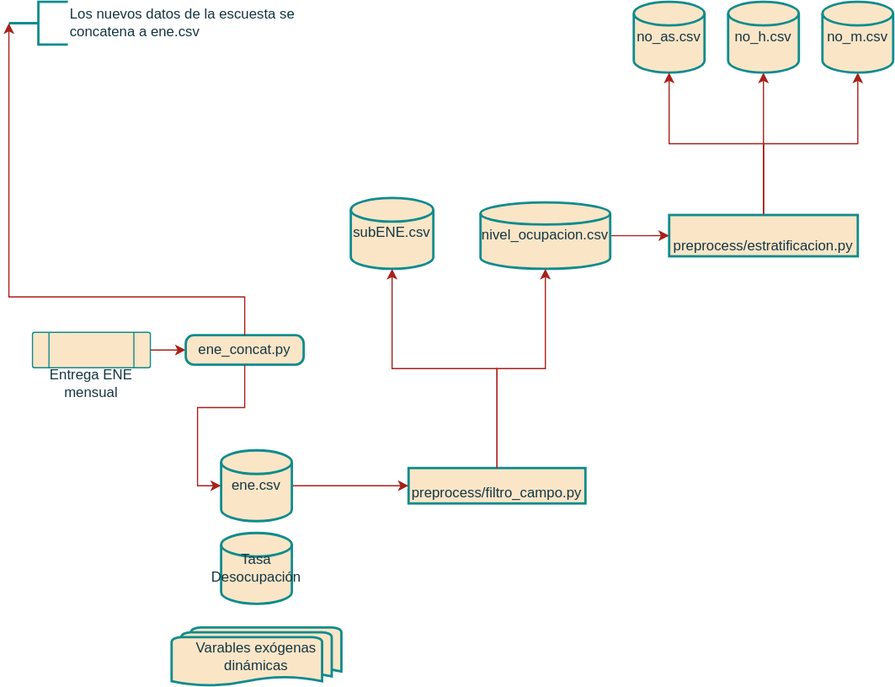
Above: DLC.drawio.svg in alonsoU/alonsoU (draw.io), before the change. Source tidied: cells renumbered, new cells last; positions are measured from the earlier drawing's top-left corner, leaving out a move shared by most shapes.
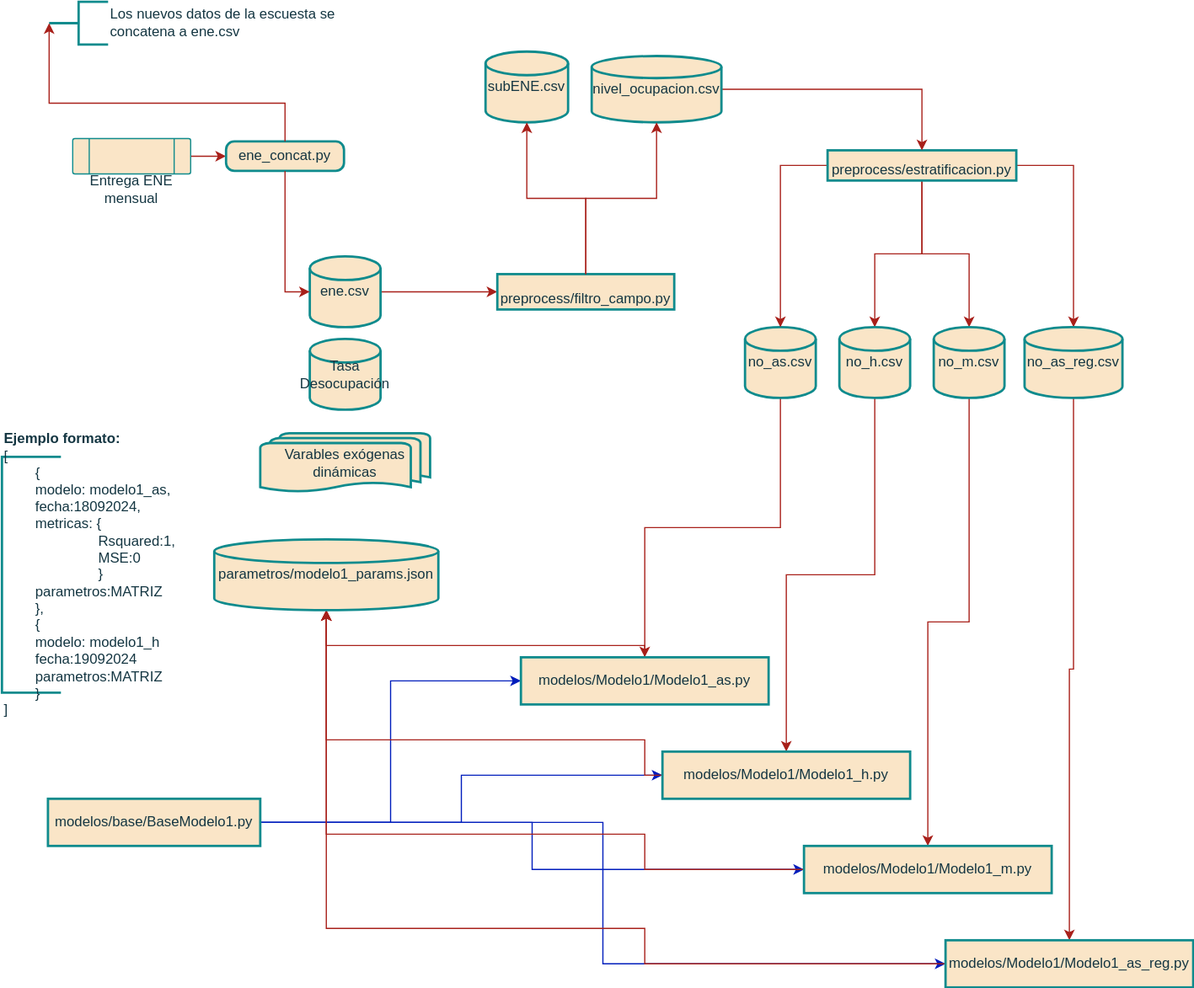
After the commit.

The edit, as a diff of the source:
```diff
@@ -6,16 +6,16 @@
       <mxGeometry relative="1" as="geometry" />
     </mxCell>
     <mxCell id="3" value="ene.csv" style="strokeWidth=2;html=1;shape=mxgraph.flowchart.database;whiteSpace=wrap;labelBackgroundColor=none;fillColor=#FAE5C7;strokeColor=#0F8B8D;fontColor=#143642;rounded=0;verticalAlign=middle;" parent="1" vertex="1">
-      <mxGeometry x="180" y="380" width="60" height="60" as="geometry" />
+      <mxGeometry x="221" y="380" width="60" height="60" as="geometry" />
     </mxCell>
     <mxCell id="4" value="Tasa Desocupación" style="strokeWidth=2;html=1;shape=mxgraph.flowchart.database;whiteSpace=wrap;labelBackgroundColor=none;fillColor=#FAE5C7;strokeColor=#0F8B8D;fontColor=#143642;rounded=0;verticalAlign=middle;" parent="1" vertex="1">
-      <mxGeometry x="180" y="450" width="60" height="60" as="geometry" />
+      <mxGeometry x="221" y="450" width="60" height="60" as="geometry" />
     </mxCell>
     <mxCell id="5" value="Varables exógenas dinámicas" style="strokeWidth=2;html=1;shape=mxgraph.flowchart.multi-document;whiteSpace=wrap;labelBackgroundColor=none;fillColor=#FAE5C7;strokeColor=#0F8B8D;fontColor=#143642;rounded=0;verticalAlign=middle;" parent="1" vertex="1">
-      <mxGeometry x="138" y="530" width="144" height="50" as="geometry" />
+      <mxGeometry x="179" y="530" width="144" height="50" as="geometry" />
     </mxCell>
     <mxCell id="6" value="preprocess/filtro_campo.py" style="rounded=0;whiteSpace=wrap;html=1;absoluteArcSize=1;arcSize=14;strokeWidth=2;labelBackgroundColor=none;fillColor=#FAE5C7;strokeColor=#0F8B8D;fontColor=#143642;verticalAlign=bottom;" parent="1" vertex="1">
-      <mxGeometry x="339" y="395" width="150" height="30" as="geometry" />
+      <mxGeometry x="380" y="395" width="150" height="30" as="geometry" />
     </mxCell>
     <mxCell id="7" style="edgeStyle=orthogonalEdgeStyle;rounded=0;jettySize=auto;html=1;entryX=0;entryY=0.5;entryDx=0;entryDy=0;strokeColor=#A8201A;fontColor=#143642;fillColor=#FAE5C7;" parent="1" edge="1" source="8" target="21">
       <mxGeometry relative="1" as="geometry" />
@@ -23,8 +23,11 @@
     <mxCell id="8" value="Entrega ENE mensual" style="verticalLabelPosition=bottom;verticalAlign=bottom;html=1;shape=process;whiteSpace=wrap;rounded=1;size=0.14;arcSize=6;strokeColor=#0F8B8D;fontColor=#143642;fillColor=#FAE5C7;align=center;labelBackgroundColor=none;" parent="1" vertex="1">
       <mxGeometry x="20" y="280" width="100" height="30" as="geometry" />
     </mxCell>
+    <mxCell id="25" style="edgeStyle=orthogonalEdgeStyle;rounded=0;jettySize=auto;html=1;strokeColor=#A8201A;fontColor=#143642;fillColor=#FAE5C7;" parent="1" edge="1" source="9" target="37">
+      <mxGeometry relative="1" as="geometry" />
+    </mxCell>
     <mxCell id="9" value="no_as.csv" style="strokeWidth=2;html=1;shape=mxgraph.flowchart.database;whiteSpace=wrap;strokeColor=#0F8B8D;fontColor=#143642;fillColor=#FAE5C7;" parent="1" vertex="1">
-      <mxGeometry x="530" width="60" height="60" as="geometry" />
+      <mxGeometry x="590" y="440" width="60" height="60" as="geometry" />
     </mxCell>
     <mxCell id="10" style="edgeStyle=orthogonalEdgeStyle;rounded=0;jettySize=auto;html=1;strokeColor=#A8201A;fontColor=#143642;fillColor=#FAE5C7;" parent="1" edge="1" source="13" target="9">
       <mxGeometry relative="1" as="geometry" />
@@ -35,23 +38,32 @@
     <mxCell id="12" style="edgeStyle=orthogonalEdgeStyle;rounded=0;jettySize=auto;html=1;strokeColor=#A8201A;fontColor=#143642;fillColor=#FAE5C7;" parent="1" edge="1" source="13" target="15">
       <mxGeometry relative="1" as="geometry" />
     </mxCell>
+    <mxCell id="26" style="edgeStyle=orthogonalEdgeStyle;rounded=0;jettySize=auto;html=1;strokeColor=#A8201A;fontColor=#143642;fillColor=#FAE5C7;" parent="1" edge="1" source="13" target="35">
+      <mxGeometry relative="1" as="geometry" />
+    </mxCell>
     <mxCell id="13" value="preprocess/estratificacion.py" style="rounded=0;whiteSpace=wrap;html=1;absoluteArcSize=1;arcSize=14;strokeWidth=2;strokeColor=#0F8B8D;fontColor=#143642;fillColor=#FAE5C7;verticalAlign=bottom;" parent="1" vertex="1">
-      <mxGeometry x="560" y="180.6" width="160" height="35" as="geometry" />
+      <mxGeometry x="660" y="290" width="160" height="25.6" as="geometry" />
     </mxCell>
+    <mxCell id="27" style="edgeStyle=orthogonalEdgeStyle;rounded=0;jettySize=auto;html=1;strokeColor=#A8201A;fontColor=#143642;fillColor=#FAE5C7;" parent="1" edge="1" source="14" target="39">
+      <mxGeometry relative="1" as="geometry" />
+    </mxCell>
     <mxCell id="14" value="no_h.csv" style="strokeWidth=2;html=1;shape=mxgraph.flowchart.database;whiteSpace=wrap;strokeColor=#0F8B8D;fontColor=#143642;fillColor=#FAE5C7;" parent="1" vertex="1">
-      <mxGeometry x="610" width="60" height="60" as="geometry" />
+      <mxGeometry x="670" y="440" width="60" height="60" as="geometry" />
     </mxCell>
+    <mxCell id="28" style="edgeStyle=orthogonalEdgeStyle;rounded=0;jettySize=auto;html=1;strokeColor=#A8201A;fontColor=#143642;fillColor=#FAE5C7;" parent="1" edge="1" source="15" target="41">
+      <mxGeometry relative="1" as="geometry" />
+    </mxCell>
     <mxCell id="15" value="no_m.csv" style="strokeWidth=2;html=1;shape=mxgraph.flowchart.database;whiteSpace=wrap;strokeColor=#0F8B8D;fontColor=#143642;fillColor=#FAE5C7;" parent="1" vertex="1">
-      <mxGeometry x="690" width="60" height="60" as="geometry" />
+      <mxGeometry x="750" y="440" width="60" height="60" as="geometry" />
     </mxCell>
     <mxCell id="16" style="edgeStyle=orthogonalEdgeStyle;rounded=0;jettySize=auto;html=1;strokeColor=#A8201A;fontColor=#143642;fillColor=#FAE5C7;" parent="1" edge="1" source="17" target="13">
       <mxGeometry relative="1" as="geometry" />
     </mxCell>
     <mxCell id="17" value="nivel_ocupacion.csv" style="strokeWidth=2;html=1;shape=mxgraph.flowchart.database;whiteSpace=wrap;strokeColor=#0F8B8D;fontColor=#143642;fillColor=#FAE5C7;verticalAlign=middle;" parent="1" vertex="1">
-      <mxGeometry x="400" y="170" width="110" height="56.2" as="geometry" />
+      <mxGeometry x="460" y="210" width="110" height="56.2" as="geometry" />
     </mxCell>
     <mxCell id="18" value="subENE.csv" style="strokeWidth=2;html=1;shape=mxgraph.flowchart.database;whiteSpace=wrap;strokeColor=#0F8B8D;fontColor=#143642;fillColor=#FAE5C7;verticalAlign=middle;" parent="1" vertex="1">
-      <mxGeometry x="290" y="166.2" width="70" height="60" as="geometry" />
+      <mxGeometry x="370" y="206.2" width="70" height="60" as="geometry" />
     </mxCell>
     <mxCell id="19" style="edgeStyle=orthogonalEdgeStyle;rounded=0;jettySize=auto;html=1;entryX=0.5;entryY=1;entryDx=0;entryDy=0;entryPerimeter=0;strokeColor=#A8201A;fontColor=#143642;fillColor=#FAE5C7;" parent="1" edge="1" source="6" target="17">
       <mxGeometry relative="1" as="geometry" />
@@ -66,7 +78,7 @@
       <mxGeometry relative="1" as="geometry" />
     </mxCell>
     <mxCell id="23" value="Los nuevos datos de la escuesta se&lt;div&gt;concatena a ene.csv&lt;/div&gt;" style="strokeWidth=2;html=1;shape=mxgraph.flowchart.annotation_2;align=left;labelPosition=right;strokeColor=#0F8B8D;fontColor=#143642;fillColor=#FAE5C7;" parent="1" vertex="1">
-      <mxGeometry width="50" height="36.2" as="geometry" />
+      <mxGeometry y="164" width="50" height="36.2" as="geometry" />
     </mxCell>
     <mxCell id="24" style="edgeStyle=orthogonalEdgeStyle;rounded=0;jettySize=auto;html=1;entryX=0;entryY=0.5;entryDx=0;entryDy=0;entryPerimeter=0;strokeColor=#A8201A;fontColor=#143642;fillColor=#FAE5C7;" parent="1" edge="1" source="21" target="23">
       <mxGeometry relative="1" as="geometry">
@@ -77,5 +89,76 @@
         </Array>
       </mxGeometry>
     </mxCell>
+    <mxCell id="29" style="edgeStyle=orthogonalEdgeStyle;rounded=0;jettySize=auto;html=1;entryX=0;entryY=0.5;entryDx=0;entryDy=0;strokeColor=#001DBC;fontColor=#143642;fillColor=#0050ef;" parent="1" edge="1" source="33" target="37">
+      <mxGeometry relative="1" as="geometry" />
+    </mxCell>
+    <mxCell id="30" style="edgeStyle=orthogonalEdgeStyle;rounded=0;jettySize=auto;html=1;entryX=0;entryY=0.5;entryDx=0;entryDy=0;strokeColor=#001DBC;fontColor=#143642;fillColor=#0050ef;" parent="1" edge="1" source="33" target="39">
+      <mxGeometry relative="1" as="geometry" />
+    </mxCell>
+    <mxCell id="31" style="edgeStyle=orthogonalEdgeStyle;rounded=0;jettySize=auto;html=1;entryX=0;entryY=0.5;entryDx=0;entryDy=0;strokeColor=#001DBC;fontColor=#143642;fillColor=#0050ef;" parent="1" edge="1" source="33" target="41">
+      <mxGeometry relative="1" as="geometry" />
+    </mxCell>
+    <mxCell id="32" style="edgeStyle=orthogonalEdgeStyle;rounded=0;jettySize=auto;html=1;entryX=0;entryY=0.5;entryDx=0;entryDy=0;strokeColor=#001DBC;fontColor=#143642;fillColor=#0050ef;" parent="1" edge="1" source="33" target="43">
+      <mxGeometry relative="1" as="geometry" />
+    </mxCell>
+    <mxCell id="33" value="modelos/base/BaseModelo1.py" style="rounded=0;whiteSpace=wrap;html=1;absoluteArcSize=1;arcSize=14;strokeWidth=2;strokeColor=#0F8B8D;fontColor=#143642;fillColor=#FAE5C7;" parent="1" vertex="1">
+      <mxGeometry x="-1" y="840" width="180" height="40" as="geometry" />
+    </mxCell>
+    <mxCell id="34" style="edgeStyle=orthogonalEdgeStyle;rounded=0;jettySize=auto;html=1;strokeColor=#A8201A;fontColor=#143642;fillColor=#FAE5C7;" parent="1" edge="1" source="35" target="43">
+      <mxGeometry relative="1" as="geometry" />
+    </mxCell>
+    <mxCell id="35" value="no_as_reg.csv" style="strokeWidth=2;html=1;shape=mxgraph.flowchart.database;whiteSpace=wrap;strokeColor=#0F8B8D;fontColor=#143642;fillColor=#FAE5C7;" parent="1" vertex="1">
+      <mxGeometry x="827" y="440" width="83" height="60" as="geometry" />
+    </mxCell>
+    <mxCell id="36" style="edgeStyle=orthogonalEdgeStyle;rounded=0;jettySize=auto;html=1;strokeColor=#A8201A;fontColor=#143642;fillColor=#FAE5C7;" parent="1" edge="1" source="37" target="44">
+      <mxGeometry relative="1" as="geometry">
+        <Array as="points">
+          <mxPoint x="505" y="710" />
+          <mxPoint x="235" y="710" />
+        </Array>
+      </mxGeometry>
+    </mxCell>
+    <mxCell id="37" value="modelos/Modelo1/Modelo1_as.py" style="rounded=0;whiteSpace=wrap;html=1;absoluteArcSize=1;arcSize=14;strokeWidth=2;strokeColor=#0F8B8D;fontColor=#143642;fillColor=#FAE5C7;" parent="1" vertex="1">
+      <mxGeometry x="400" y="720" width="210" height="40" as="geometry" />
+    </mxCell>
+    <mxCell id="38" style="edgeStyle=orthogonalEdgeStyle;rounded=0;jettySize=auto;html=1;strokeColor=#A8201A;fontColor=#143642;fillColor=#FAE5C7;" parent="1" edge="1" source="39" target="44">
+      <mxGeometry relative="1" as="geometry">
+        <Array as="points">
+          <mxPoint x="505" y="790" />
+          <mxPoint x="235" y="790" />
+        </Array>
+      </mxGeometry>
+    </mxCell>
+    <mxCell id="39" value="modelos/Modelo1/Modelo1_h.py" style="rounded=0;whiteSpace=wrap;html=1;absoluteArcSize=1;arcSize=14;strokeWidth=2;strokeColor=#0F8B8D;fontColor=#143642;fillColor=#FAE5C7;" parent="1" vertex="1">
+      <mxGeometry x="520" y="800" width="210" height="40" as="geometry" />
+    </mxCell>
+    <mxCell id="40" style="edgeStyle=orthogonalEdgeStyle;rounded=0;jettySize=auto;html=1;strokeColor=#A8201A;fontColor=#143642;fillColor=#FAE5C7;" parent="1" edge="1" source="41" target="44">
+      <mxGeometry relative="1" as="geometry">
+        <Array as="points">
+          <mxPoint x="505" y="870" />
+          <mxPoint x="235" y="870" />
+        </Array>
+      </mxGeometry>
+    </mxCell>
+    <mxCell id="41" value="modelos/Modelo1/Modelo1_m.py" style="rounded=0;whiteSpace=wrap;html=1;absoluteArcSize=1;arcSize=14;strokeWidth=2;strokeColor=#0F8B8D;fontColor=#143642;fillColor=#FAE5C7;" parent="1" vertex="1">
+      <mxGeometry x="640" y="880" width="210" height="40" as="geometry" />
+    </mxCell>
+    <mxCell id="42" style="edgeStyle=orthogonalEdgeStyle;rounded=0;jettySize=auto;html=1;strokeColor=#A8201A;fontColor=#143642;fillColor=#FAE5C7;" parent="1" edge="1" source="43" target="44">
+      <mxGeometry relative="1" as="geometry">
+        <Array as="points">
+          <mxPoint x="505" y="950" />
+          <mxPoint x="235" y="950" />
+        </Array>
+      </mxGeometry>
+    </mxCell>
+    <mxCell id="43" value="modelos/Modelo1/Modelo1_as_reg.py" style="rounded=0;whiteSpace=wrap;html=1;absoluteArcSize=1;arcSize=14;strokeWidth=2;strokeColor=#0F8B8D;fontColor=#143642;fillColor=#FAE5C7;" parent="1" vertex="1">
+      <mxGeometry x="760" y="960" width="210" height="40" as="geometry" />
+    </mxCell>
+    <mxCell id="44" value="parametros/modelo1_params.json" style="strokeWidth=2;html=1;shape=mxgraph.flowchart.database;whiteSpace=wrap;strokeColor=#0F8B8D;fontColor=#143642;fillColor=#FAE5C7;" parent="1" vertex="1">
+      <mxGeometry x="140" y="620" width="190" height="60" as="geometry" />
+    </mxCell>
+    <mxCell id="45" value="&lt;b&gt;Ejemplo formato:&lt;/b&gt;&lt;br&gt;[&lt;div&gt;&lt;span style=&quot;white-space-collapse: preserve;&quot;&gt;&#9;&lt;/span&gt;{&lt;/div&gt;&lt;div&gt;&lt;span style=&quot;white-space-collapse: preserve;&quot;&gt;&#9;&lt;/span&gt;modelo: modelo1_as,&lt;div&gt;&lt;span style=&quot;white-space-collapse: preserve;&quot;&gt;&#9;&lt;/span&gt;fecha:18092024,&lt;/div&gt;&lt;div&gt;&lt;span style=&quot;white-space: pre;&quot;&gt;&#9;&lt;/span&gt;metricas: {&lt;br&gt;&lt;/div&gt;&lt;div&gt;&lt;span style=&quot;white-space: pre;&quot;&gt;&#9;&lt;/span&gt;&lt;span style=&quot;white-space: pre;&quot;&gt;&#9;&lt;/span&gt;&lt;span style=&quot;white-space: pre;&quot;&gt;&#9;&lt;/span&gt;Rsquared:1,&lt;/div&gt;&lt;div&gt;&lt;span style=&quot;white-space: pre;&quot;&gt;&#9;&lt;/span&gt;&lt;span style=&quot;white-space: pre;&quot;&gt;&#9;&lt;/span&gt;&lt;span style=&quot;white-space: pre;&quot;&gt;&#9;&lt;/span&gt;MSE:0&lt;br&gt;&lt;/div&gt;&lt;div&gt;&lt;span style=&quot;white-space: pre;&quot;&gt;&#9;&lt;/span&gt;&lt;span style=&quot;white-space: pre;&quot;&gt;&#9;&lt;/span&gt;&lt;span style=&quot;white-space: pre;&quot;&gt;&#9;&lt;/span&gt;}&lt;br&gt;&lt;/div&gt;&lt;div&gt;&lt;span style=&quot;white-space-collapse: preserve;&quot;&gt;&#9;&lt;/span&gt;parametros:MATRIZ&lt;/div&gt;&lt;div&gt;&lt;span style=&quot;background-color: initial;&quot;&gt;&lt;span style=&quot;white-space-collapse: preserve;&quot;&gt;&#9;&lt;/span&gt;},&lt;/span&gt;&lt;/div&gt;&lt;div&gt;&lt;div&gt;&lt;span style=&quot;white-space-collapse: preserve;&quot;&gt;&#9;&lt;/span&gt;{&lt;/div&gt;&lt;div&gt;&lt;span style=&quot;white-space-collapse: preserve;&quot;&gt;&#9;&lt;/span&gt;&lt;span style=&quot;background-color: initial;&quot;&gt;modelo: modelo1_h&lt;/span&gt;&lt;br&gt;&lt;/div&gt;&lt;div&gt;&lt;span style=&quot;white-space-collapse: preserve;&quot;&gt;&#9;&lt;/span&gt;fecha:19092024&lt;/div&gt;&lt;div&gt;&lt;span style=&quot;white-space-collapse: preserve;&quot;&gt;&#9;&lt;/span&gt;parametros:MATRIZ&lt;/div&gt;&lt;div&gt;&lt;span style=&quot;white-space-collapse: preserve;&quot;&gt;&#9;&lt;/span&gt;}&lt;/div&gt;&lt;div&gt;]&lt;/div&gt;&lt;/div&gt;&lt;/div&gt;" style="strokeWidth=2;html=1;shape=mxgraph.flowchart.annotation_1;align=left;strokeColor=#0F8B8D;fontColor=#143642;fillColor=#FAE5C7;" parent="1" vertex="1">
+      <mxGeometry x="-40" y="550" width="50" height="200" as="geometry" />
+    </mxCell>
   </root>
 </mxGraphModel>
```
